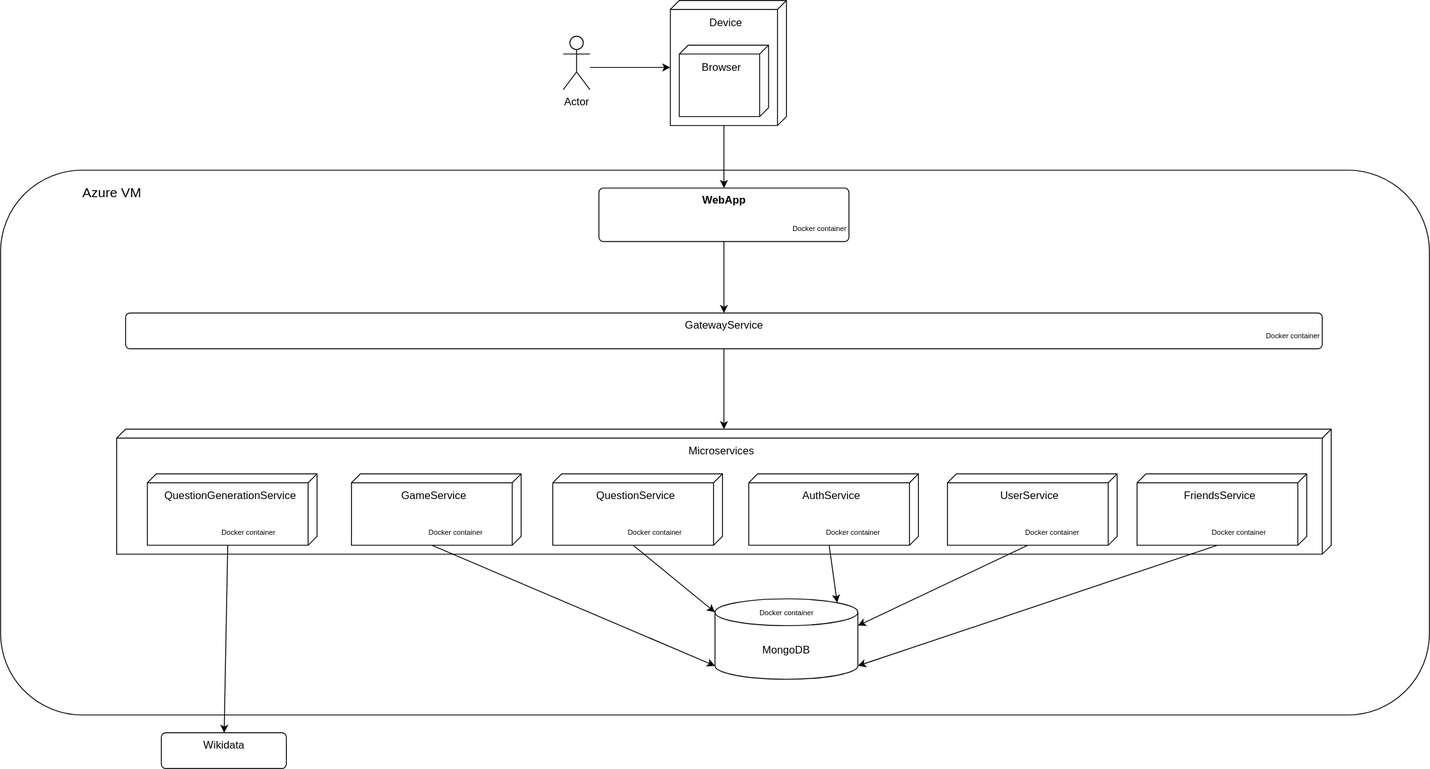
The draw.io diagram images/deployment_diagram.svg in Arquisoft/wiq_es3b, before a commit. Source tidied: cells renumbered, new cells last; positions are measured from the earlier drawing's top-left corner, leaving out a move shared by most shapes.
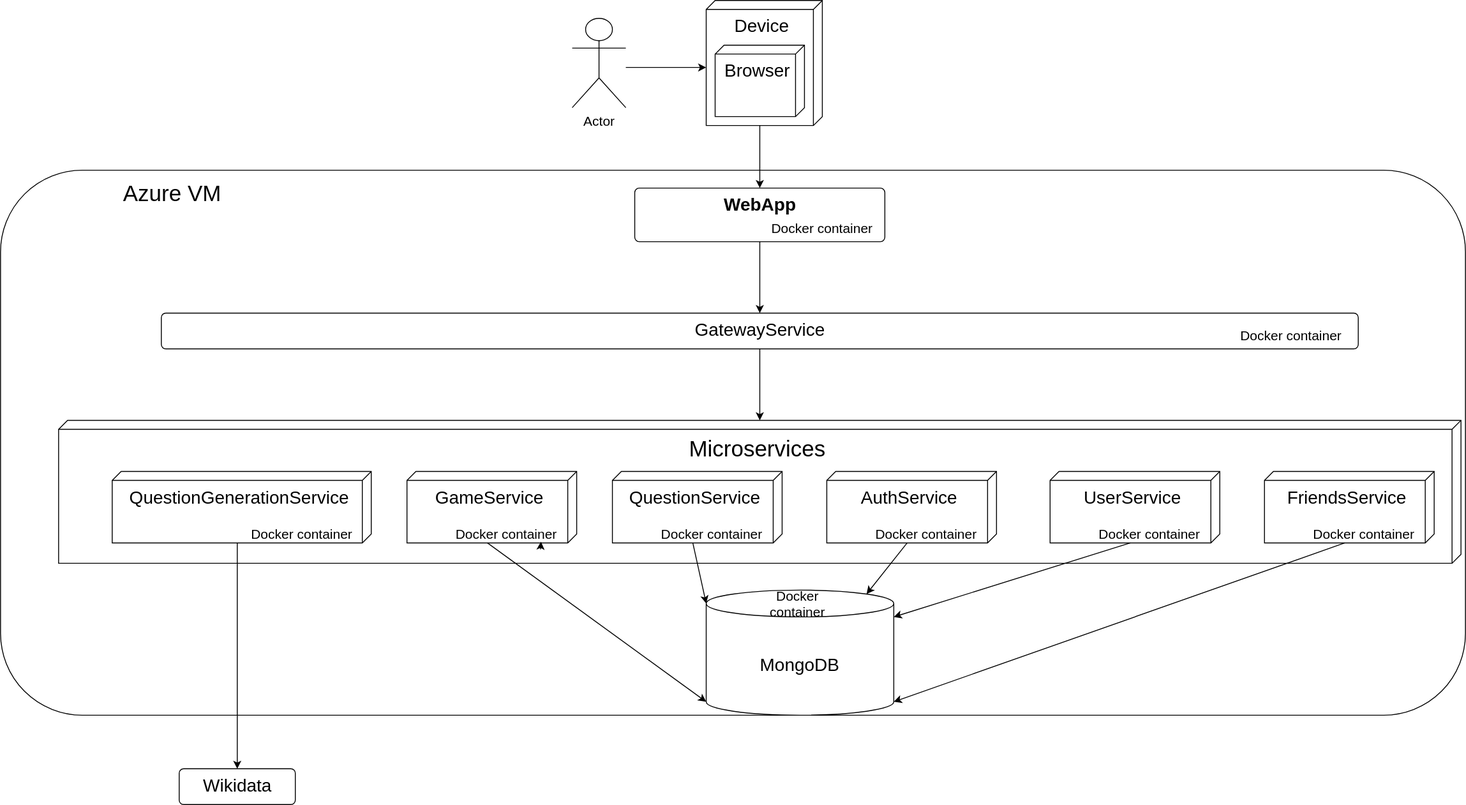
Later version of the same file.

Change to the diagram source:
```diff
@@ -3,23 +3,23 @@
     <mxCell id="0" />
     <mxCell id="1" parent="0" />
     <mxCell id="2" style="rounded=1;whiteSpace=wrap;html=1;" parent="1" vertex="1">
-      <mxGeometry y="190" width="1600" height="610" as="geometry" />
+      <mxGeometry x="-40" y="190" width="1640" height="610" as="geometry" />
     </mxCell>
     <mxCell id="3" style="edgeStyle=none;html=1;entryX=0;entryY=0;entryDx=75;entryDy=130;entryPerimeter=0;" parent="1" edge="1" target="6">
       <mxGeometry relative="1" as="geometry">
         <mxPoint x="660" y="75" as="sourcePoint" />
       </mxGeometry>
     </mxCell>
-    <mxCell id="4" value="Actor" style="shape=umlActor;verticalLabelPosition=bottom;verticalAlign=top;html=1;" parent="1" vertex="1">
-      <mxGeometry x="630" y="40" width="30" height="60" as="geometry" />
+    <mxCell id="4" value="Actor" style="shape=umlActor;verticalLabelPosition=bottom;verticalAlign=top;html=1;fontSize=15;" parent="1" vertex="1">
+      <mxGeometry x="600" y="20" width="60" height="100" as="geometry" />
     </mxCell>
     <mxCell id="5" style="edgeStyle=none;html=1;exitX=0;exitY=0;exitDx=140;exitDy=70;exitPerimeter=0;" parent="1" edge="1" source="6" target="9">
       <mxGeometry relative="1" as="geometry" />
     </mxCell>
-    <mxCell id="6" value="Device" style="verticalAlign=top;align=center;shape=cube;size=10;direction=south;fontStyle=0;html=1;boundedLbl=1;spacingLeft=5;" parent="1" vertex="1">
+    <mxCell id="6" value="&lt;font style=&quot;font-size: 20px;&quot;&gt;Device&lt;/font&gt;" style="verticalAlign=top;align=center;shape=cube;size=10;direction=south;fontStyle=0;html=1;boundedLbl=1;spacingLeft=5;" parent="1" vertex="1">
       <mxGeometry x="750" width="130" height="140" as="geometry" />
     </mxCell>
-    <mxCell id="7" value="Browser" style="verticalAlign=top;align=center;shape=cube;size=10;direction=south;html=1;boundedLbl=1;spacingLeft=5;" parent="6" vertex="1">
+    <mxCell id="7" value="&lt;font style=&quot;font-size: 20px;&quot;&gt;Browser&lt;/font&gt;" style="verticalAlign=top;align=center;shape=cube;size=10;direction=south;html=1;boundedLbl=1;spacingLeft=5;" parent="6" vertex="1">
       <mxGeometry width="100" height="80" relative="1" as="geometry">
         <mxPoint x="10" y="50" as="offset" />
       </mxGeometry>
@@ -27,89 +27,94 @@
     <mxCell id="8" style="edgeStyle=none;html=1;exitX=0.5;exitY=1;exitDx=0;exitDy=0;" parent="1" edge="1" source="9" target="11">
       <mxGeometry relative="1" as="geometry" />
     </mxCell>
-    <mxCell id="9" value="&lt;b&gt;WebApp&lt;/b&gt;" style="html=1;align=center;verticalAlign=top;rounded=1;absoluteArcSize=1;arcSize=10;dashed=0;" parent="1" vertex="1">
+    <mxCell id="9" value="&lt;b&gt;&lt;font style=&quot;font-size: 20px;&quot;&gt;WebApp&lt;/font&gt;&lt;/b&gt;" style="html=1;align=center;verticalAlign=top;rounded=1;absoluteArcSize=1;arcSize=10;dashed=0;" parent="1" vertex="1">
       <mxGeometry x="670" y="210" width="280" height="60" as="geometry" />
     </mxCell>
     <mxCell id="10" style="edgeStyle=none;html=1;exitX=0.5;exitY=1;exitDx=0;exitDy=0;" parent="1" edge="1" source="11" target="12">
       <mxGeometry relative="1" as="geometry" />
     </mxCell>
-    <mxCell id="11" value="GatewayService" style="html=1;align=center;verticalAlign=top;rounded=1;absoluteArcSize=1;arcSize=10;dashed=0;" parent="1" vertex="1">
+    <mxCell id="11" value="&lt;font style=&quot;font-size: 20px;&quot;&gt;GatewayService&lt;/font&gt;" style="html=1;align=center;verticalAlign=top;rounded=1;absoluteArcSize=1;arcSize=10;dashed=0;" parent="1" vertex="1">
       <mxGeometry x="140" y="350" width="1340" height="40" as="geometry" />
     </mxCell>
-    <mxCell id="12" value="Microservices" style="verticalAlign=top;align=center;shape=cube;size=10;direction=south;fontStyle=0;html=1;boundedLbl=1;spacingLeft=5;" parent="1" vertex="1">
-      <mxGeometry x="130" y="480" width="1360" height="140" as="geometry" />
+    <mxCell id="12" value="&lt;font style=&quot;font-size: 25px;&quot;&gt;Microservices&lt;/font&gt;" style="verticalAlign=top;align=center;shape=cube;size=10;direction=south;fontStyle=0;html=1;boundedLbl=1;spacingLeft=5;" parent="1" vertex="1">
+      <mxGeometry x="25" y="470" width="1570" height="160" as="geometry" />
     </mxCell>
     <mxCell id="13" style="group;" parent="12" vertex="1">
-      <mxGeometry x="930.3" y="50" width="192.1" height="80" as="geometry" />
+      <mxGeometry x="1110" y="57.1" width="221.8" height="91.4" as="geometry" />
     </mxCell>
-    <mxCell id="14" value="UserService" style="verticalAlign=top;align=center;shape=cube;size=10;direction=south;html=1;boundedLbl=1;spacingLeft=5;" parent="13" vertex="1">
+    <mxCell id="14" value="&lt;font style=&quot;font-size: 20px;&quot;&gt;UserService&lt;/font&gt;" style="verticalAlign=top;align=center;shape=cube;size=10;direction=south;html=1;boundedLbl=1;spacingLeft=5;" parent="13" vertex="1">
       <mxGeometry width="190" height="80" relative="1" as="geometry" />
     </mxCell>
-    <mxCell id="15" value="&lt;font style=&quot;font-size: 8px;&quot;&gt;Docker container&lt;/font&gt;" style="text;html=1;strokeColor=none;fillColor=none;align=center;verticalAlign=middle;whiteSpace=wrap;rounded=0;strokeWidth=0;" parent="13" vertex="1">
-      <mxGeometry x="50.6" y="50" width="133.9" height="30" as="geometry" />
+    <mxCell id="15" value="&lt;font style=&quot;font-size: 15px;&quot;&gt;Docker container&lt;/font&gt;" style="text;html=1;strokeColor=none;fillColor=none;align=center;verticalAlign=middle;whiteSpace=wrap;rounded=0;strokeWidth=0;" parent="13" vertex="1">
+      <mxGeometry x="33.6" y="52.9" width="154.6" height="34.3" as="geometry" />
     </mxCell>
+    <mxCell id="28" style="group;" parent="12" vertex="1">
+      <mxGeometry x="1350" y="57.1" width="221.8" height="91.4" as="geometry" />
+    </mxCell>
+    <mxCell id="29" value="&lt;font style=&quot;font-size: 20px;&quot;&gt;FriendsService&lt;/font&gt;" style="verticalAlign=top;align=center;shape=cube;size=10;direction=south;html=1;boundedLbl=1;spacingLeft=5;" parent="28" vertex="1">
+      <mxGeometry width="190" height="80" relative="1" as="geometry" />
+    </mxCell>
+    <mxCell id="30" value="&lt;font style=&quot;font-size: 15px;&quot;&gt;Docker container&lt;/font&gt;" style="text;html=1;strokeColor=none;fillColor=none;align=center;verticalAlign=middle;whiteSpace=wrap;rounded=0;strokeWidth=0;" parent="28" vertex="1">
+      <mxGeometry x="33.6" y="52.9" width="154.6" height="34.3" as="geometry" />
+    </mxCell>
     <mxCell id="16" style="group;" parent="12" vertex="1">
-      <mxGeometry x="707.8" y="50" width="192.1" height="80" as="geometry" />
+      <mxGeometry x="860" y="57.1" width="221.8" height="91.4" as="geometry" />
     </mxCell>
-    <mxCell id="17" value="AuthService" style="verticalAlign=top;align=center;shape=cube;size=10;direction=south;html=1;boundedLbl=1;spacingLeft=5;" parent="16" vertex="1">
+    <mxCell id="17" value="&lt;font style=&quot;font-size: 20px;&quot;&gt;AuthService&lt;/font&gt;" style="verticalAlign=top;align=center;shape=cube;size=10;direction=south;html=1;boundedLbl=1;spacingLeft=5;" parent="16" vertex="1">
       <mxGeometry width="190" height="80" relative="1" as="geometry" />
     </mxCell>
-    <mxCell id="18" value="&lt;font style=&quot;font-size: 8px;&quot;&gt;Docker container&lt;/font&gt;" style="text;html=1;strokeColor=none;fillColor=none;align=center;verticalAlign=middle;whiteSpace=wrap;rounded=0;strokeWidth=0;" parent="16" vertex="1">
-      <mxGeometry x="50.6" y="50" width="133.9" height="30" as="geometry" />
+    <mxCell id="18" value="&lt;font style=&quot;font-size: 15px;&quot;&gt;Docker container&lt;/font&gt;" style="text;html=1;strokeColor=none;fillColor=none;align=center;verticalAlign=middle;whiteSpace=wrap;rounded=0;strokeWidth=0;" parent="16" vertex="1">
+      <mxGeometry x="33.6" y="52.9" width="154.6" height="34.3" as="geometry" />
     </mxCell>
     <mxCell id="19" style="group;" parent="12" vertex="1">
-      <mxGeometry x="488.4" y="50" width="192.1" height="80" as="geometry" />
+      <mxGeometry x="620" y="57.1" width="221.8" height="91.4" as="geometry" />
     </mxCell>
-    <mxCell id="20" value="QuestionService" style="verticalAlign=top;align=center;shape=cube;size=10;direction=south;html=1;boundedLbl=1;spacingLeft=5;" parent="19" vertex="1">
+    <mxCell id="20" value="&lt;font style=&quot;font-size: 20px;&quot;&gt;QuestionService&lt;/font&gt;" style="verticalAlign=top;align=center;shape=cube;size=10;direction=south;html=1;boundedLbl=1;spacingLeft=5;" parent="19" vertex="1">
       <mxGeometry width="190" height="80" relative="1" as="geometry" />
     </mxCell>
-    <mxCell id="21" value="&lt;font style=&quot;font-size: 8px;&quot;&gt;Docker container&lt;/font&gt;" style="text;html=1;strokeColor=none;fillColor=none;align=center;verticalAlign=middle;whiteSpace=wrap;rounded=0;strokeWidth=0;" parent="19" vertex="1">
-      <mxGeometry x="47.5" y="50" width="133.9" height="30" as="geometry" />
+    <mxCell id="21" value="&lt;font style=&quot;font-size: 15px;&quot;&gt;Docker container&lt;/font&gt;" style="text;html=1;strokeColor=none;fillColor=none;align=center;verticalAlign=middle;whiteSpace=wrap;rounded=0;strokeWidth=0;" parent="19" vertex="1">
+      <mxGeometry x="33.6" y="52.9" width="154.6" height="34.3" as="geometry" />
     </mxCell>
     <mxCell id="22" style="group;" parent="12" vertex="1">
-      <mxGeometry x="262.9" y="50" width="192.1" height="80" as="geometry" />
+      <mxGeometry x="390" y="57.1" width="221.8" height="91.4" as="geometry" />
     </mxCell>
-    <mxCell id="23" value="GameService" style="verticalAlign=top;align=center;shape=cube;size=10;direction=south;html=1;boundedLbl=1;spacingLeft=5;" parent="22" vertex="1">
+    <mxCell id="23" value="&lt;font style=&quot;font-size: 20px;&quot;&gt;GameService&lt;/font&gt;" style="verticalAlign=top;align=center;shape=cube;size=10;direction=south;html=1;boundedLbl=1;spacingLeft=5;" parent="22" vertex="1">
       <mxGeometry width="190" height="80" relative="1" as="geometry" />
     </mxCell>
-    <mxCell id="24" value="&lt;font style=&quot;font-size: 8px;&quot;&gt;Docker container&lt;/font&gt;" style="text;html=1;strokeColor=none;fillColor=none;align=center;verticalAlign=middle;whiteSpace=wrap;rounded=0;strokeWidth=0;" parent="22" vertex="1">
-      <mxGeometry x="50.6" y="50" width="133.9" height="30" as="geometry" />
+    <mxCell id="24" value="&lt;font style=&quot;font-size: 15px;&quot;&gt;Docker container&lt;/font&gt;" style="text;html=1;strokeColor=none;fillColor=none;align=center;verticalAlign=middle;whiteSpace=wrap;rounded=0;strokeWidth=0;" parent="22" vertex="1">
+      <mxGeometry x="33.6" y="52.9" width="154.6" height="34.3" as="geometry" />
     </mxCell>
+    <mxCell id="43" style="edgeStyle=none;html=1;exitX=0.75;exitY=1;exitDx=0;exitDy=0;entryX=0.753;entryY=0.75;entryDx=0;entryDy=0;entryPerimeter=0;fontSize=20;" parent="22" edge="1" source="24" target="24">
+      <mxGeometry relative="1" as="geometry" />
+    </mxCell>
     <mxCell id="25" style="group;" parent="12" vertex="1">
-      <mxGeometry x="34.4" y="50" width="192.1" height="80" as="geometry" />
+      <mxGeometry x="100" y="57.1" width="259.7" height="91.4" as="geometry" />
     </mxCell>
-    <mxCell id="26" value="QuestionGenerationService" style="verticalAlign=top;align=center;shape=cube;size=10;direction=south;html=1;boundedLbl=1;spacingLeft=5;" parent="25" vertex="1">
-      <mxGeometry width="190" height="80" relative="1" as="geometry" />
+    <mxCell id="26" value="&lt;font style=&quot;font-size: 20px;&quot;&gt;QuestionGenerationService&lt;/font&gt;" style="verticalAlign=top;align=center;shape=cube;size=10;direction=south;html=1;boundedLbl=1;spacingLeft=5;" parent="25" vertex="1">
+      <mxGeometry width="290" height="80" relative="1" as="geometry">
+        <mxPoint x="-40" as="offset" />
+      </mxGeometry>
     </mxCell>
-    <mxCell id="27" value="&lt;font style=&quot;font-size: 8px;&quot;&gt;Docker container&lt;/font&gt;" style="text;html=1;strokeColor=none;fillColor=none;align=center;verticalAlign=middle;whiteSpace=wrap;rounded=0;strokeWidth=0;" parent="25" vertex="1">
-      <mxGeometry x="46.5" y="50" width="133.9" height="30" as="geometry" />
+    <mxCell id="27" value="&lt;font style=&quot;font-size: 15px;&quot;&gt;Docker container&lt;/font&gt;" style="text;html=1;strokeColor=none;fillColor=none;align=center;verticalAlign=middle;whiteSpace=wrap;rounded=0;strokeWidth=0;" parent="25" vertex="1">
+      <mxGeometry x="85" y="52.9" width="174.7" height="34.3" as="geometry" />
     </mxCell>
-    <mxCell id="28" style="group;" parent="12" vertex="1">
-      <mxGeometry x="1142.6" y="50" width="192.1" height="80" as="geometry" />
-    </mxCell>
-    <mxCell id="29" value="FriendsService" style="verticalAlign=top;align=center;shape=cube;size=10;direction=south;html=1;boundedLbl=1;spacingLeft=5;" parent="28" vertex="1">
-      <mxGeometry width="190" height="80" relative="1" as="geometry" />
-    </mxCell>
-    <mxCell id="30" value="&lt;font style=&quot;font-size: 8px;&quot;&gt;Docker container&lt;/font&gt;" style="text;html=1;strokeColor=none;fillColor=none;align=center;verticalAlign=middle;whiteSpace=wrap;rounded=0;strokeWidth=0;" parent="28" vertex="1">
-      <mxGeometry x="47.4" y="50" width="133.9" height="30" as="geometry" />
-    </mxCell>
-    <mxCell id="31" value="MongoDB" style="shape=cylinder3;whiteSpace=wrap;html=1;boundedLbl=1;backgroundOutline=1;size=15;" parent="1" vertex="1">
-      <mxGeometry x="800" y="670" width="160" height="90" as="geometry" />
+    <mxCell id="31" value="&lt;font style=&quot;font-size: 20px;&quot;&gt;MongoDB&lt;/font&gt;" style="shape=cylinder3;whiteSpace=wrap;html=1;boundedLbl=1;backgroundOutline=1;size=15;" parent="1" vertex="1">
+      <mxGeometry x="750" y="660" width="210" height="140" as="geometry" />
     </mxCell>
-    <mxCell id="32" value="Wikidata" style="html=1;align=center;verticalAlign=top;rounded=1;absoluteArcSize=1;arcSize=10;dashed=0;" parent="1" vertex="1">
-      <mxGeometry x="180" y="820" width="140" height="40" as="geometry" />
+    <mxCell id="32" value="&lt;font style=&quot;font-size: 20px;&quot;&gt;Wikidata&lt;/font&gt;" style="html=1;align=center;verticalAlign=top;rounded=1;absoluteArcSize=1;arcSize=10;dashed=0;" parent="1" vertex="1">
+      <mxGeometry x="160" y="860" width="130" height="40" as="geometry" />
     </mxCell>
-    <mxCell id="33" value="&lt;font style=&quot;font-size: 15px;&quot;&gt;Azure VM&lt;/font&gt;" style="text;html=1;strokeColor=none;fillColor=none;align=center;verticalAlign=middle;whiteSpace=wrap;rounded=0;" parent="1" vertex="1">
-      <mxGeometry x="85" y="200" width="80" height="30" as="geometry" />
+    <mxCell id="33" value="&lt;font style=&quot;font-size: 25px;&quot;&gt;Azure VM&lt;/font&gt;" style="text;html=1;strokeColor=none;fillColor=none;align=center;verticalAlign=middle;whiteSpace=wrap;rounded=0;" parent="1" vertex="1">
+      <mxGeometry x="85" y="200" width="135" height="30" as="geometry" />
     </mxCell>
-    <mxCell id="34" value="&lt;font style=&quot;font-size: 8px;&quot;&gt;Docker container&lt;/font&gt;" style="text;html=1;strokeColor=none;fillColor=none;align=center;verticalAlign=middle;whiteSpace=wrap;rounded=0;strokeWidth=0;" parent="1" vertex="1">
-      <mxGeometry x="885" y="240" width="65" height="30" as="geometry" />
+    <mxCell id="34" value="&lt;font style=&quot;font-size: 15px;&quot;&gt;Docker container&lt;/font&gt;" style="text;html=1;strokeColor=none;fillColor=none;align=center;verticalAlign=middle;whiteSpace=wrap;rounded=0;strokeWidth=0;" parent="1" vertex="1">
+      <mxGeometry x="810" y="240" width="140" height="30" as="geometry" />
     </mxCell>
-    <mxCell id="35" value="&lt;font style=&quot;font-size: 8px;&quot;&gt;Docker container&lt;/font&gt;" style="text;html=1;strokeColor=none;fillColor=none;align=center;verticalAlign=middle;whiteSpace=wrap;rounded=0;strokeWidth=0;" parent="1" vertex="1">
-      <mxGeometry x="1415" y="360" width="65" height="30" as="geometry" />
+    <mxCell id="35" value="&lt;font style=&quot;font-size: 15px;&quot;&gt;Docker container&lt;/font&gt;" style="text;html=1;strokeColor=none;fillColor=none;align=center;verticalAlign=middle;whiteSpace=wrap;rounded=0;strokeWidth=0;" parent="1" vertex="1">
+      <mxGeometry x="1330" y="360" width="150" height="30" as="geometry" />
     </mxCell>
-    <mxCell id="36" value="&lt;font style=&quot;font-size: 8px;&quot;&gt;Docker container&lt;/font&gt;" style="text;html=1;strokeColor=none;fillColor=none;align=center;verticalAlign=middle;whiteSpace=wrap;rounded=0;strokeWidth=0;" parent="1" vertex="1">
-      <mxGeometry x="847.5" y="670" width="65" height="30" as="geometry" />
+    <mxCell id="36" value="&lt;font style=&quot;font-size: 15px;&quot;&gt;Docker container&lt;/font&gt;" style="text;html=1;strokeColor=none;fillColor=none;align=center;verticalAlign=middle;whiteSpace=wrap;rounded=0;strokeWidth=0;" parent="1" vertex="1">
+      <mxGeometry x="820" y="660" width="65" height="30" as="geometry" />
     </mxCell>
     <mxCell id="37" style="edgeStyle=none;html=1;exitX=0;exitY=0;exitDx=80;exitDy=100;exitPerimeter=0;entryX=1;entryY=0;entryDx=0;entryDy=30;entryPerimeter=0;" parent="1" edge="1" source="14" target="31">
       <mxGeometry relative="1" as="geometry" />
@@ -123,11 +128,11 @@
     <mxCell id="40" style="edgeStyle=none;html=1;exitX=0;exitY=0;exitDx=80;exitDy=100;exitPerimeter=0;entryX=0;entryY=1;entryDx=0;entryDy=-15;entryPerimeter=0;" parent="1" edge="1" source="23" target="31">
       <mxGeometry relative="1" as="geometry" />
     </mxCell>
+    <mxCell id="42" style="edgeStyle=none;html=1;exitX=0;exitY=0;exitDx=80;exitDy=100;exitPerimeter=0;entryX=1;entryY=1;entryDx=0;entryDy=-15;entryPerimeter=0;" parent="1" edge="1" source="29" target="31">
+      <mxGeometry relative="1" as="geometry" />
+    </mxCell>
-    <mxCell id="41" style="edgeStyle=none;html=1;exitX=0;exitY=0;exitDx=80;exitDy=100;exitPerimeter=0;" parent="1" edge="1" source="26" target="32">
+    <mxCell id="41" style="edgeStyle=none;html=1;exitX=0;exitY=0;exitDx=80;exitDy=150;exitPerimeter=0;entryX=0.5;entryY=0;entryDx=0;entryDy=0;fontSize=20;" parent="1" edge="1" source="26" target="32">
       <mxGeometry relative="1" as="geometry" />
     </mxCell>
-    <mxCell id="42" style="edgeStyle=none;html=1;exitX=0;exitY=0;exitDx=80;exitDy=100;exitPerimeter=0;entryX=1;entryY=1;entryDx=0;entryDy=-15;entryPerimeter=0;" parent="1" edge="1" source="29" target="31">
-      <mxGeometry relative="1" as="geometry" />
-    </mxCell>
   </root>
 </mxGraphModel>
```
